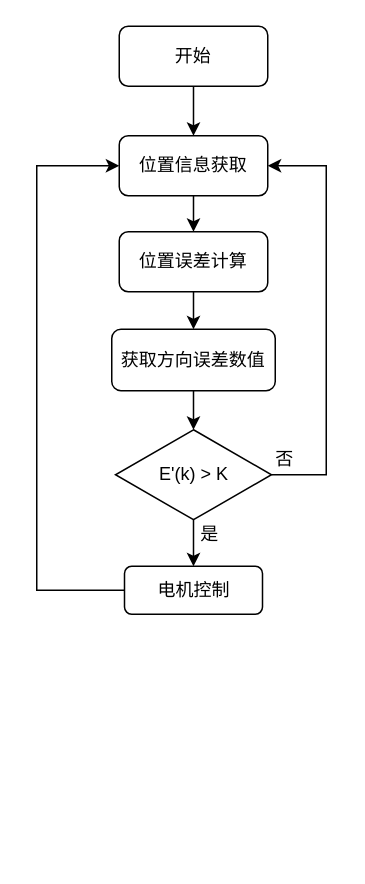
Above: 智能无人系统设计/位置控制流程图.drawio in kurisaW/Graph_Store (draw.io), before the change. Source tidied: cells renumbered, new cells numbered last; positions are measured from the earlier drawing's top-left corner, leaving out a move shared by most shapes. Both pictures are drawn from the tidied source at 150%, with x=0, y=0 at pixel (36, 26).
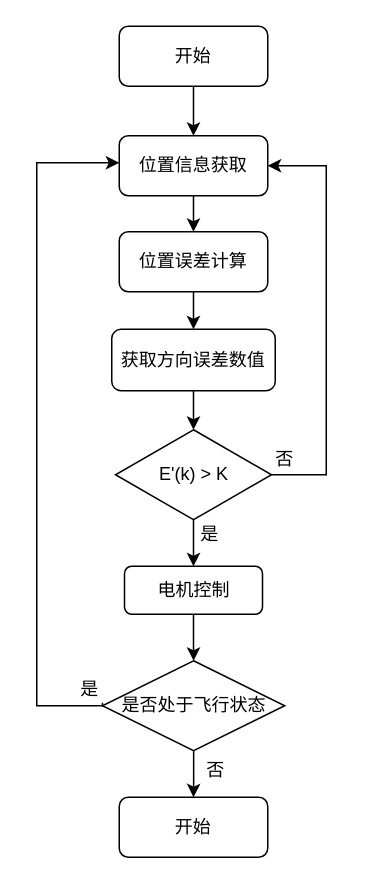
Above is the later version.

Commit message:
更新位置控制流程图.drawio

The change refers to these unchanged cells:
```xml
<mxCell id="5" value="位置信息获取" style="rounded=1;whiteSpace=wrap;html=1;" parent="1" vertex="1">
  <mxGeometry x="55" y="73" width="99" height="40" as="geometry" />
</mxCell>
<mxCell id="11" value="电机控制" style="rounded=1;whiteSpace=wrap;html=1;" parent="1" vertex="1">
  <mxGeometry x="58.5" y="360" width="92" height="32" as="geometry" />
</mxCell>
```

Change to the diagram source:
```diff
@@
-    <mxCell id="10" style="edgeStyle=orthogonalEdgeStyle;rounded=0;jettySize=auto;html=1;entryX=0;entryY=0.5;entryDx=0;entryDy=0;" parent="1" edge="1" source="11" target="5">
+    <mxCell id="10" style="edgeStyle=orthogonalEdgeStyle;rounded=0;orthogonalLoop=1;jettySize=auto;html=1;entryX=0;entryY=0.5;entryDx=0;entryDy=0;exitX=0;exitY=0.5;exitDx=0;exitDy=0;" parent="1" edge="1">
       <mxGeometry relative="1" as="geometry">
+        <mxPoint x="43.8" y="451" as="sourcePoint" />
+        <mxPoint x="55" y="91" as="targetPoint" />
         <Array as="points">
-          <mxPoint y="376" />
-          <mxPoint y="93" />
+          <mxPoint x="44" y="453" />
+          <mxPoint y="453" />
+          <mxPoint y="91" />
         </Array>
       </mxGeometry>
     </mxCell>
+    <mxCell id="17" style="edgeStyle=orthogonalEdgeStyle;rounded=0;jettySize=auto;html=1;" parent="1" edge="1" source="11" target="19">
+      <mxGeometry relative="1" as="geometry" />
+    </mxCell>
@@
+    <mxCell id="18" style="edgeStyle=orthogonalEdgeStyle;rounded=0;jettySize=auto;html=1;" parent="1" edge="1" source="19" target="20">
+      <mxGeometry relative="1" as="geometry" />
+    </mxCell>
+    <mxCell id="19" value="是否处于飞行状态" style="rhombus;whiteSpace=wrap;html=1;" parent="1" vertex="1">
+      <mxGeometry x="43.8" y="423" width="121.5" height="60" as="geometry" />
+    </mxCell>
+    <mxCell id="20" value="开始" style="rounded=1;whiteSpace=wrap;html=1;" parent="1" vertex="1">
+      <mxGeometry x="55" y="514" width="99" height="40" as="geometry" />
+    </mxCell>
+    <mxCell id="21" value="是" style="text;html=1;align=center;verticalAlign=middle;strokeColor=none;fillColor=none;" parent="1" vertex="1">
+      <mxGeometry x="20" y="429" width="30" height="26" as="geometry" />
+    </mxCell>
+    <mxCell id="22" value="否" style="text;html=1;align=center;verticalAlign=middle;strokeColor=none;fillColor=none;" parent="1" vertex="1">
+      <mxGeometry x="104" y="483" width="30" height="26" as="geometry" />
+    </mxCell>
```
